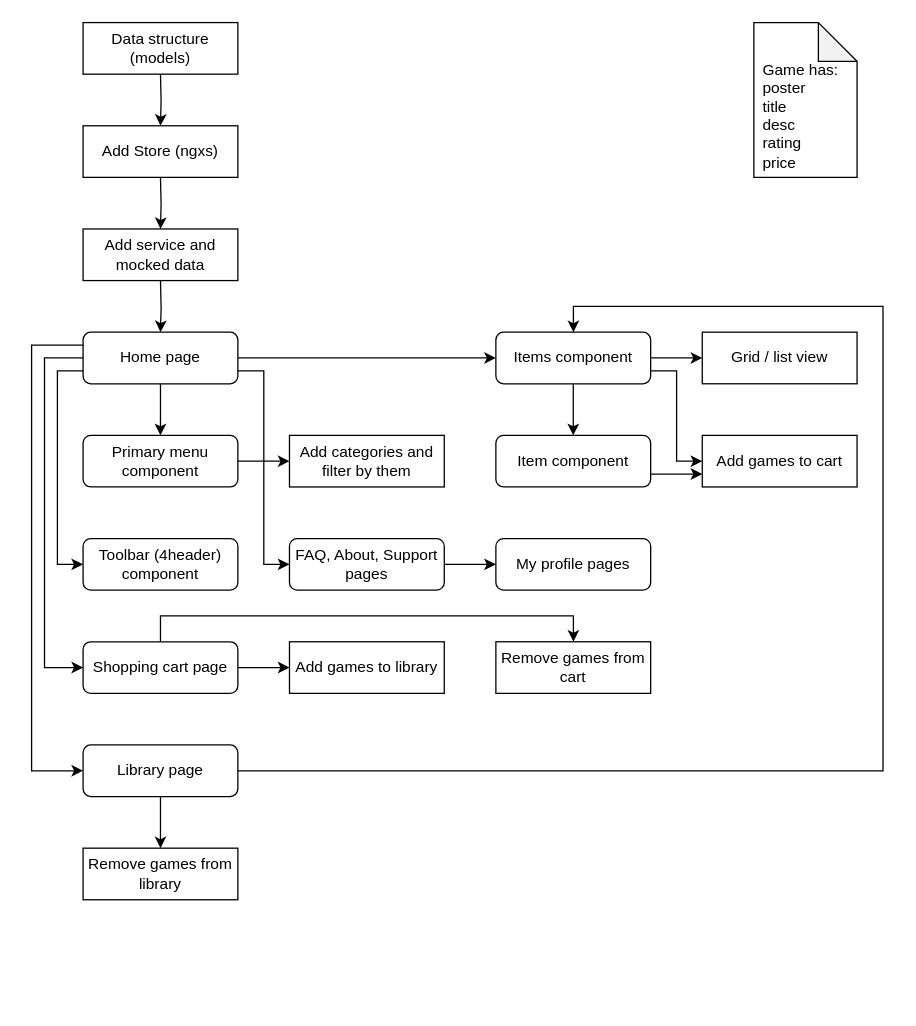
The draw.io diagram _docs/gamus.drawio in CallMeSnake/Gamus, before the edit. Source tidied: cells renumbered, new cells numbered last; positions are measured from the earlier drawing's top-left corner, leaving out a move shared by most shapes. Both pictures are drawn from the tidied source at 129%, with x=0, y=0 at pixel (31, 22).
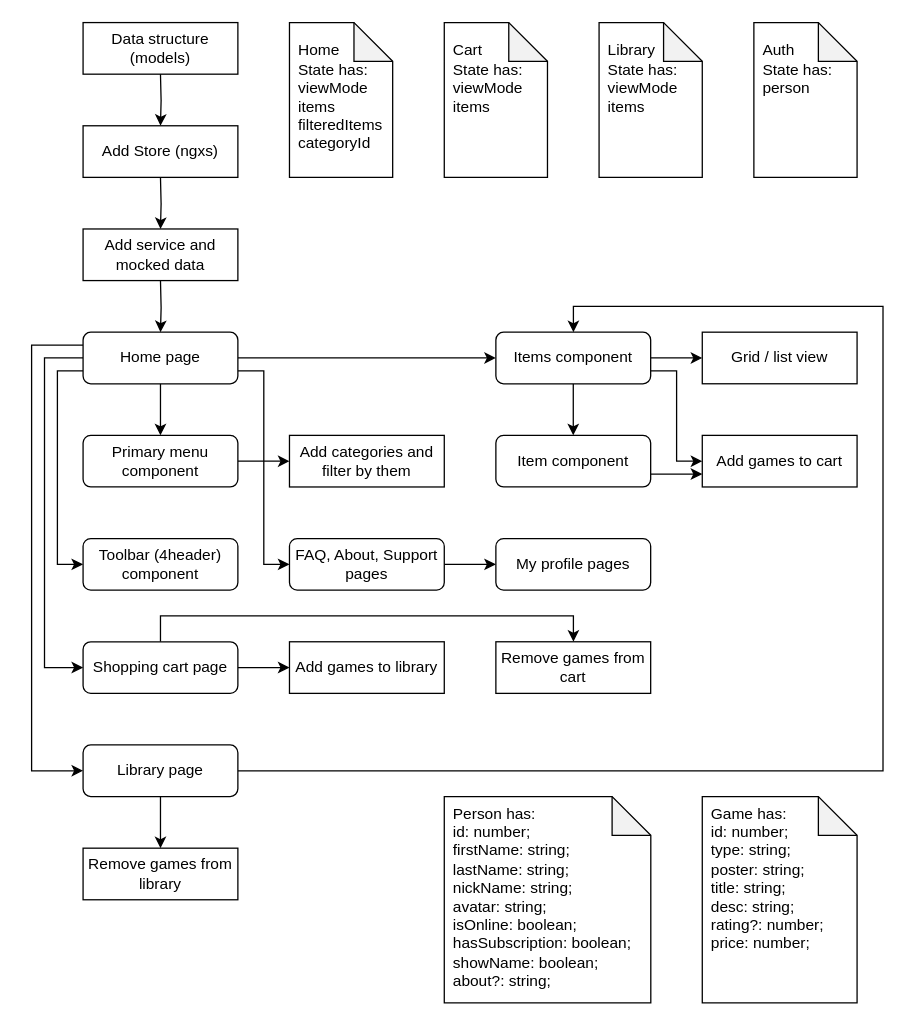
The same page after the edit.

Change to the diagram source:
```diff
@@
-    <mxCell id="22" value="&lt;br&gt;&lt;br&gt;Game has:&lt;br&gt;poster&lt;br&gt;title&lt;br&gt;desc&lt;br&gt;rating&lt;br&gt;price" style="shape=note;whiteSpace=wrap;html=1;backgroundOutline=1;darkOpacity=0.05;align=left;spacingLeft=5;spacingBottom=5;" parent="1" vertex="1">
-      <mxGeometry x="559.9" width="80" height="120" as="geometry" />
+    <mxCell id="22" value="Game has:&lt;br&gt;&lt;div&gt;id: number;&lt;/div&gt;&lt;div&gt;type: string;&lt;/div&gt;&lt;div&gt;poster: string;&lt;/div&gt;&lt;div&gt;title: string;&lt;/div&gt;&lt;div&gt;desc: string;&lt;/div&gt;&lt;div&gt;rating?: number;&lt;/div&gt;&lt;div&gt;price: number;&lt;/div&gt;&lt;div&gt;&lt;br&gt;&lt;/div&gt;&lt;div&gt;&lt;br&gt;&lt;/div&gt;" style="shape=note;whiteSpace=wrap;html=1;backgroundOutline=1;darkOpacity=0.05;align=left;spacingLeft=5;spacingBottom=5;" parent="1" vertex="1">
+      <mxGeometry x="519.9" y="600" width="120" height="160" as="geometry" />
     </mxCell>
@@
+    <mxCell id="40" value="&lt;br&gt;Library&lt;br&gt;State has:&lt;br&gt;viewMode&lt;br&gt;items&lt;br&gt;&lt;br&gt;&lt;br&gt;&lt;br&gt;" style="shape=note;whiteSpace=wrap;html=1;backgroundOutline=1;darkOpacity=0.05;align=left;spacingLeft=5;spacingBottom=5;" parent="1" vertex="1">
+      <mxGeometry x="439.9" width="80" height="120" as="geometry" />
+    </mxCell>
+    <mxCell id="41" value="&lt;br&gt;Cart&lt;br&gt;State has:&lt;br&gt;viewMode&lt;br&gt;items&lt;br&gt;&lt;br&gt;&lt;br&gt;&lt;br&gt;" style="shape=note;whiteSpace=wrap;html=1;backgroundOutline=1;darkOpacity=0.05;align=left;spacingLeft=5;spacingBottom=5;" parent="1" vertex="1">
+      <mxGeometry x="319.9" width="80" height="120" as="geometry" />
+    </mxCell>
+    <mxCell id="42" value="&lt;br&gt;Home&lt;br&gt;State has:&lt;br&gt;viewMode&lt;br&gt;items&lt;br&gt;filteredItems&lt;br&gt;categoryId&lt;br&gt;&lt;br&gt;" style="shape=note;whiteSpace=wrap;html=1;backgroundOutline=1;darkOpacity=0.05;align=left;spacingLeft=5;spacingBottom=5;" parent="1" vertex="1">
+      <mxGeometry x="199.9" width="80" height="120" as="geometry" />
+    </mxCell>
+    <mxCell id="43" value="&lt;br&gt;Auth&lt;br&gt;State has:&lt;br&gt;person&lt;br&gt;&lt;br&gt;&lt;br&gt;&lt;br&gt;&lt;br&gt;" style="shape=note;whiteSpace=wrap;html=1;backgroundOutline=1;darkOpacity=0.05;align=left;spacingLeft=5;spacingBottom=5;" parent="1" vertex="1">
+      <mxGeometry x="559.9" width="80" height="120" as="geometry" />
+    </mxCell>
+    <mxCell id="44" value="Person has:&lt;br&gt;&lt;span&gt;id: number;&lt;/span&gt;&lt;div&gt;firstName: string;&lt;/div&gt;&lt;div&gt;lastName: string;&lt;/div&gt;&lt;div&gt;nickName: string;&lt;/div&gt;&lt;div&gt;avatar: string;&lt;/div&gt;&lt;div&gt;isOnline: boolean;&lt;/div&gt;&lt;div&gt;hasSubscription: boolean;&lt;/div&gt;&lt;div&gt;showName: boolean;&lt;/div&gt;&lt;div&gt;about?: string;&lt;/div&gt;" style="shape=note;whiteSpace=wrap;html=1;backgroundOutline=1;darkOpacity=0.05;align=left;spacingLeft=5;spacingBottom=5;" parent="1" vertex="1">
+      <mxGeometry x="319.9" y="600" width="160.1" height="160" as="geometry" />
+    </mxCell>
```
